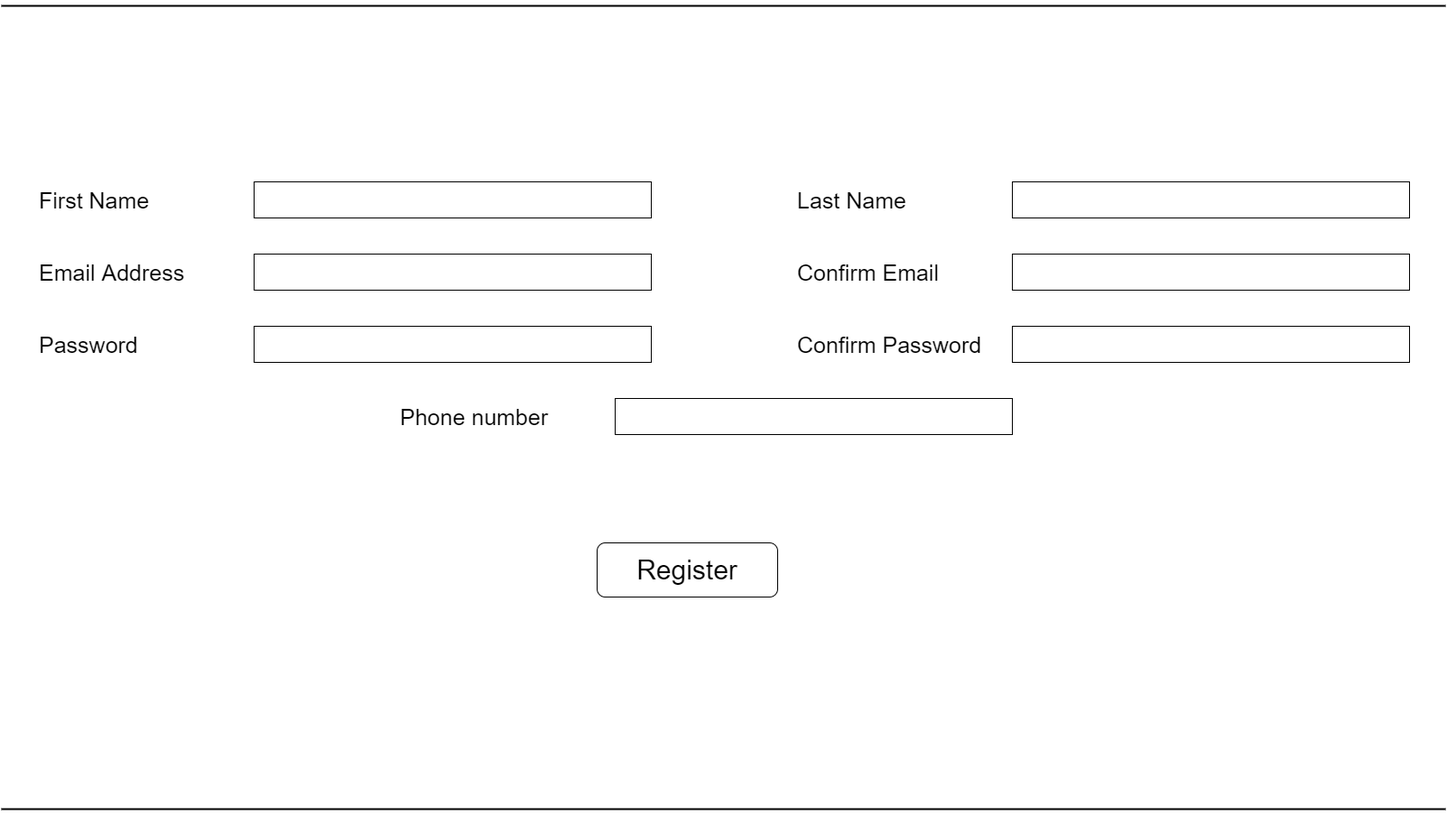
This is docs_directory/Login page plan.png from ZsoltToth/project-templates-spring-react, a draw.io export, as it was before one commit. Source tidied: cells renumbered, new cells last; positions are measured from the earlier drawing's top-left corner, leaving out a move shared by most shapes. Its diagram source:
```xml
<mxGraphModel>
  <root>
    <mxCell id="0" />
    <mxCell id="1" parent="0" />
    <mxCell id="2" style="rounded=0;whiteSpace=wrap;html=1;" parent="1" vertex="1">
      <mxGeometry x="280" y="200" width="440" height="40" as="geometry" />
    </mxCell>
    <mxCell id="3" style="rounded=0;whiteSpace=wrap;html=1;" parent="1" vertex="1">
      <mxGeometry x="1120" y="200" width="440" height="40" as="geometry" />
    </mxCell>
    <mxCell id="4" value="&lt;span style=&quot;font-size: 25px&quot;&gt;First Name&lt;/span&gt;" style="text;html=1;strokeColor=none;fillColor=none;align=left;verticalAlign=middle;whiteSpace=wrap;rounded=0;" parent="1" vertex="1">
      <mxGeometry x="40" y="200" width="200" height="40" as="geometry" />
    </mxCell>
    <mxCell id="5" value="&lt;font style=&quot;font-size: 25px&quot;&gt;Last Name&lt;/font&gt;" style="text;html=1;strokeColor=none;fillColor=none;align=left;verticalAlign=middle;whiteSpace=wrap;rounded=0;" parent="1" vertex="1">
      <mxGeometry x="880" y="200" width="200" height="40" as="geometry" />
    </mxCell>
    <mxCell id="6" style="rounded=0;whiteSpace=wrap;html=1;" parent="1" vertex="1">
      <mxGeometry x="280" y="280" width="440" height="40" as="geometry" />
    </mxCell>
    <mxCell id="7" value="&lt;font style=&quot;font-size: 25px&quot;&gt;Confirm Email&lt;/font&gt;" style="text;html=1;strokeColor=none;fillColor=none;align=left;verticalAlign=middle;whiteSpace=wrap;rounded=0;" parent="1" vertex="1">
      <mxGeometry x="880" y="280" width="200" height="40" as="geometry" />
    </mxCell>
    <mxCell id="8" value="&lt;span style=&quot;font-size: 25px&quot;&gt;Email Address&lt;/span&gt;" style="text;html=1;strokeColor=none;fillColor=none;align=left;verticalAlign=middle;whiteSpace=wrap;rounded=0;" parent="1" vertex="1">
      <mxGeometry x="40" y="280" width="200" height="40" as="geometry" />
    </mxCell>
    <mxCell id="9" style="rounded=0;whiteSpace=wrap;html=1;" parent="1" vertex="1">
      <mxGeometry x="1120" y="280" width="440" height="40" as="geometry" />
    </mxCell>
    <mxCell id="10" style="rounded=0;whiteSpace=wrap;html=1;" parent="1" vertex="1">
      <mxGeometry x="280" y="360" width="440" height="40" as="geometry" />
    </mxCell>
    <mxCell id="11" value="&lt;font style=&quot;font-size: 25px&quot;&gt;Confirm Password&lt;/font&gt;" style="text;html=1;strokeColor=none;fillColor=none;align=left;verticalAlign=middle;whiteSpace=wrap;rounded=0;" parent="1" vertex="1">
      <mxGeometry x="880" y="360" width="240" height="40" as="geometry" />
    </mxCell>
    <mxCell id="12" value="&lt;span style=&quot;font-size: 25px&quot;&gt;Password&lt;/span&gt;" style="text;html=1;strokeColor=none;fillColor=none;align=left;verticalAlign=middle;whiteSpace=wrap;rounded=0;" parent="1" vertex="1">
      <mxGeometry x="40" y="360" width="200" height="40" as="geometry" />
    </mxCell>
    <mxCell id="13" style="rounded=0;whiteSpace=wrap;html=1;" parent="1" vertex="1">
      <mxGeometry x="1120" y="360" width="440" height="40" as="geometry" />
    </mxCell>
    <mxCell id="14" style="rounded=1;whiteSpace=wrap;html=1;" parent="1" vertex="1">
      <mxGeometry x="660" y="600" width="200" height="60" as="geometry" />
    </mxCell>
    <mxCell id="15" value="&lt;font style=&quot;font-size: 30px&quot;&gt;Register&lt;/font&gt;" style="text;html=1;strokeColor=none;fillColor=none;align=center;verticalAlign=middle;whiteSpace=wrap;rounded=0;" parent="1" vertex="1">
      <mxGeometry x="660" y="600" width="200" height="60" as="geometry" />
    </mxCell>
    <mxCell id="16" style="rounded=0;whiteSpace=wrap;html=1;" parent="1" vertex="1">
      <mxGeometry x="680" y="440" width="440" height="40" as="geometry" />
    </mxCell>
    <mxCell id="17" value="&lt;span style=&quot;font-size: 25px&quot;&gt;Phone number&lt;/span&gt;" style="text;html=1;strokeColor=none;fillColor=none;align=left;verticalAlign=middle;whiteSpace=wrap;rounded=0;" parent="1" vertex="1">
      <mxGeometry x="440" y="440" width="200" height="40" as="geometry" />
    </mxCell>
    <mxCell id="18" style="line;strokeWidth=2;html=1;" parent="1" vertex="1">
      <mxGeometry width="1600" height="10" as="geometry" />
    </mxCell>
    <mxCell id="19" style="line;strokeWidth=2;html=1;" parent="1" vertex="1">
      <mxGeometry y="890" width="1600" height="10" as="geometry" />
    </mxCell>
  </root>
</mxGraphModel>
```
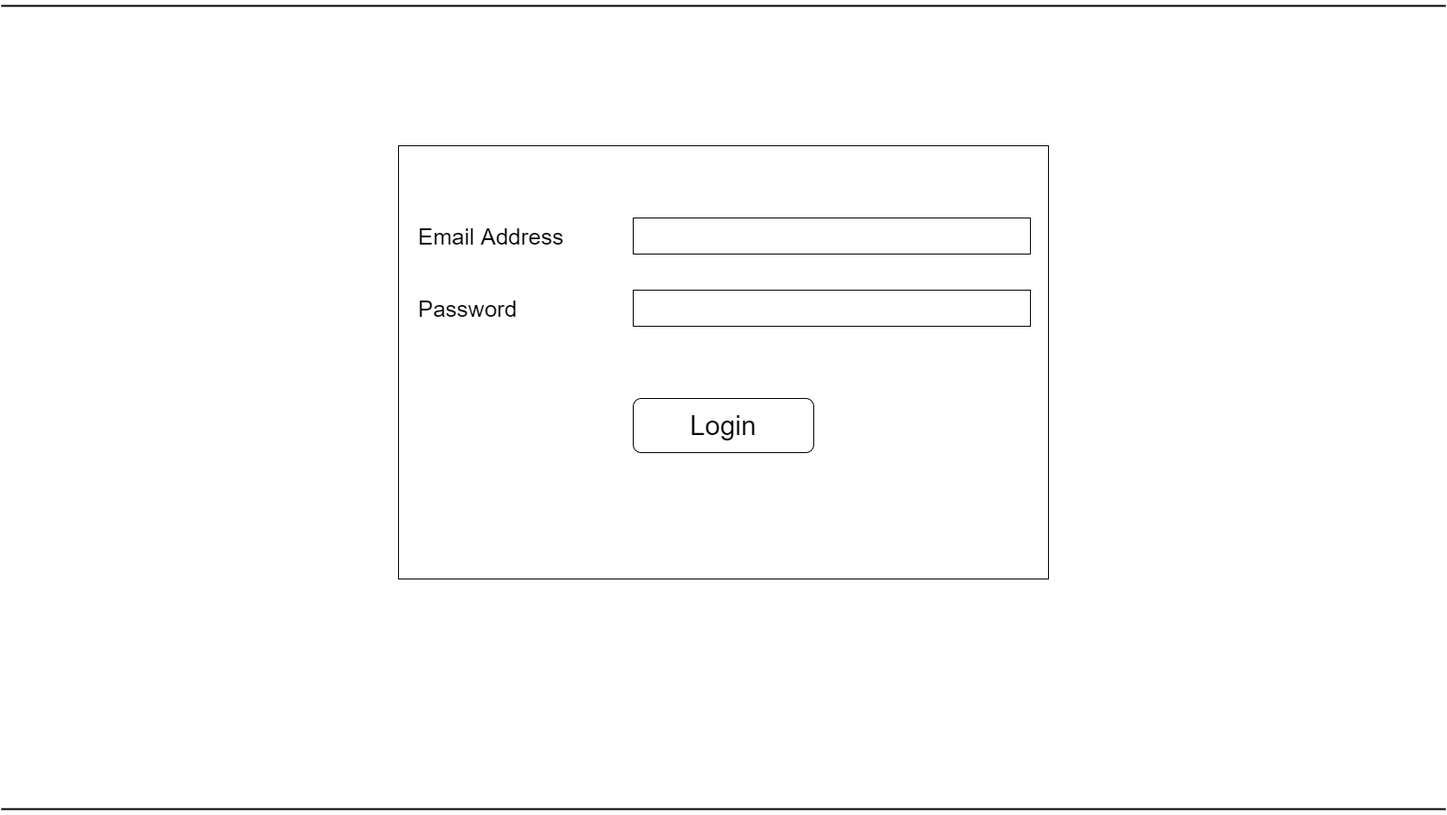
The same file after the commit.

What changed in the source:
```diff
@@ -2,59 +2,32 @@
   <root>
     <mxCell id="0" />
     <mxCell id="1" parent="0" />
-    <mxCell id="2" style="rounded=0;whiteSpace=wrap;html=1;" parent="1" vertex="1">
-      <mxGeometry x="280" y="200" width="440" height="40" as="geometry" />
-    </mxCell>
-    <mxCell id="3" style="rounded=0;whiteSpace=wrap;html=1;" parent="1" vertex="1">
-      <mxGeometry x="1120" y="200" width="440" height="40" as="geometry" />
-    </mxCell>
-    <mxCell id="4" value="&lt;span style=&quot;font-size: 25px&quot;&gt;First Name&lt;/span&gt;" style="text;html=1;strokeColor=none;fillColor=none;align=left;verticalAlign=middle;whiteSpace=wrap;rounded=0;" parent="1" vertex="1">
-      <mxGeometry x="40" y="200" width="200" height="40" as="geometry" />
-    </mxCell>
-    <mxCell id="5" value="&lt;font style=&quot;font-size: 25px&quot;&gt;Last Name&lt;/font&gt;" style="text;html=1;strokeColor=none;fillColor=none;align=left;verticalAlign=middle;whiteSpace=wrap;rounded=0;" parent="1" vertex="1">
-      <mxGeometry x="880" y="200" width="200" height="40" as="geometry" />
-    </mxCell>
     <mxCell id="6" style="rounded=0;whiteSpace=wrap;html=1;" parent="1" vertex="1">
-      <mxGeometry x="280" y="280" width="440" height="40" as="geometry" />
+      <mxGeometry x="440" y="160" width="720" height="480" as="geometry" />
     </mxCell>
-    <mxCell id="7" value="&lt;font style=&quot;font-size: 25px&quot;&gt;Confirm Email&lt;/font&gt;" style="text;html=1;strokeColor=none;fillColor=none;align=left;verticalAlign=middle;whiteSpace=wrap;rounded=0;" parent="1" vertex="1">
-      <mxGeometry x="880" y="280" width="200" height="40" as="geometry" />
-    </mxCell>
     <mxCell id="8" value="&lt;span style=&quot;font-size: 25px&quot;&gt;Email Address&lt;/span&gt;" style="text;html=1;strokeColor=none;fillColor=none;align=left;verticalAlign=middle;whiteSpace=wrap;rounded=0;" parent="1" vertex="1">
-      <mxGeometry x="40" y="280" width="200" height="40" as="geometry" />
+      <mxGeometry x="460" y="240" width="200" height="40" as="geometry" />
     </mxCell>
-    <mxCell id="9" style="rounded=0;whiteSpace=wrap;html=1;" parent="1" vertex="1">
-      <mxGeometry x="1120" y="280" width="440" height="40" as="geometry" />
-    </mxCell>
     <mxCell id="10" style="rounded=0;whiteSpace=wrap;html=1;" parent="1" vertex="1">
-      <mxGeometry x="280" y="360" width="440" height="40" as="geometry" />
+      <mxGeometry x="700" y="320" width="440" height="40" as="geometry" />
     </mxCell>
-    <mxCell id="11" value="&lt;font style=&quot;font-size: 25px&quot;&gt;Confirm Password&lt;/font&gt;" style="text;html=1;strokeColor=none;fillColor=none;align=left;verticalAlign=middle;whiteSpace=wrap;rounded=0;" parent="1" vertex="1">
-      <mxGeometry x="880" y="360" width="240" height="40" as="geometry" />
-    </mxCell>
     <mxCell id="12" value="&lt;span style=&quot;font-size: 25px&quot;&gt;Password&lt;/span&gt;" style="text;html=1;strokeColor=none;fillColor=none;align=left;verticalAlign=middle;whiteSpace=wrap;rounded=0;" parent="1" vertex="1">
-      <mxGeometry x="40" y="360" width="200" height="40" as="geometry" />
+      <mxGeometry x="460" y="320" width="200" height="40" as="geometry" />
     </mxCell>
-    <mxCell id="13" style="rounded=0;whiteSpace=wrap;html=1;" parent="1" vertex="1">
-      <mxGeometry x="1120" y="360" width="440" height="40" as="geometry" />
-    </mxCell>
     <mxCell id="14" style="rounded=1;whiteSpace=wrap;html=1;" parent="1" vertex="1">
-      <mxGeometry x="660" y="600" width="200" height="60" as="geometry" />
+      <mxGeometry x="700" y="440" width="200" height="60" as="geometry" />
     </mxCell>
-    <mxCell id="15" value="&lt;font style=&quot;font-size: 30px&quot;&gt;Register&lt;/font&gt;" style="text;html=1;strokeColor=none;fillColor=none;align=center;verticalAlign=middle;whiteSpace=wrap;rounded=0;" parent="1" vertex="1">
-      <mxGeometry x="660" y="600" width="200" height="60" as="geometry" />
+    <mxCell id="15" value="&lt;font style=&quot;font-size: 30px&quot;&gt;Login&lt;/font&gt;" style="text;html=1;strokeColor=none;fillColor=none;align=center;verticalAlign=middle;whiteSpace=wrap;rounded=0;" parent="1" vertex="1">
+      <mxGeometry x="700" y="440" width="200" height="60" as="geometry" />
     </mxCell>
-    <mxCell id="16" style="rounded=0;whiteSpace=wrap;html=1;" parent="1" vertex="1">
-      <mxGeometry x="680" y="440" width="440" height="40" as="geometry" />
-    </mxCell>
-    <mxCell id="17" value="&lt;span style=&quot;font-size: 25px&quot;&gt;Phone number&lt;/span&gt;" style="text;html=1;strokeColor=none;fillColor=none;align=left;verticalAlign=middle;whiteSpace=wrap;rounded=0;" parent="1" vertex="1">
-      <mxGeometry x="440" y="440" width="200" height="40" as="geometry" />
-    </mxCell>
     <mxCell id="18" style="line;strokeWidth=2;html=1;" parent="1" vertex="1">
       <mxGeometry width="1600" height="10" as="geometry" />
     </mxCell>
     <mxCell id="19" style="line;strokeWidth=2;html=1;" parent="1" vertex="1">
       <mxGeometry y="890" width="1600" height="10" as="geometry" />
     </mxCell>
+    <mxCell id="20" style="rounded=0;whiteSpace=wrap;html=1;" parent="1" vertex="1">
+      <mxGeometry x="700" y="240" width="440" height="40" as="geometry" />
+    </mxCell>
   </root>
 </mxGraphModel>
```
